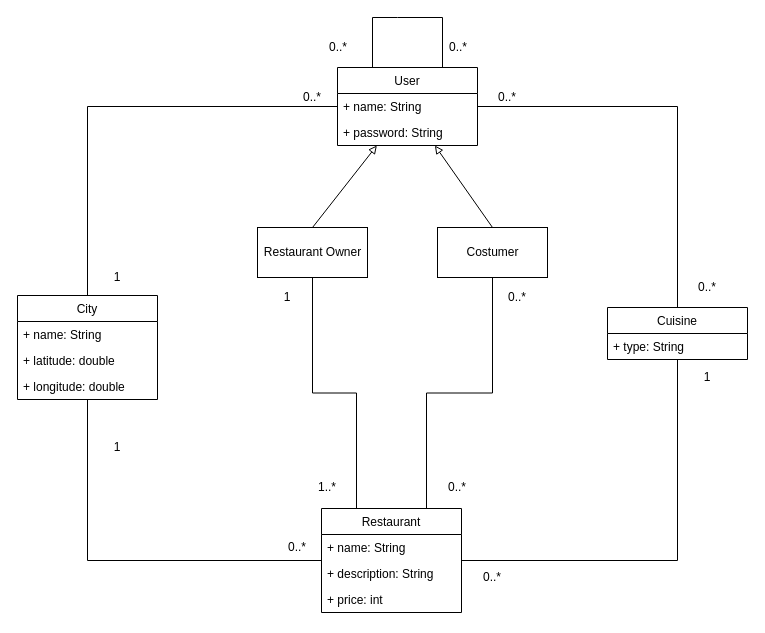
spampas/restaurant_recommendation_graphdb keeps this draw.io diagram as page "Page-1" (1 of 3) of draw.io/data_model.drawio. Above is the earlier version. Source tidied: cells renumbered, new cells numbered last; positions are measured from the earlier drawing's top-left corner, leaving out a move shared by most shapes. Both pictures are drawn from the tidied source at 100%, with x=0, y=0 at pixel (17, 17).
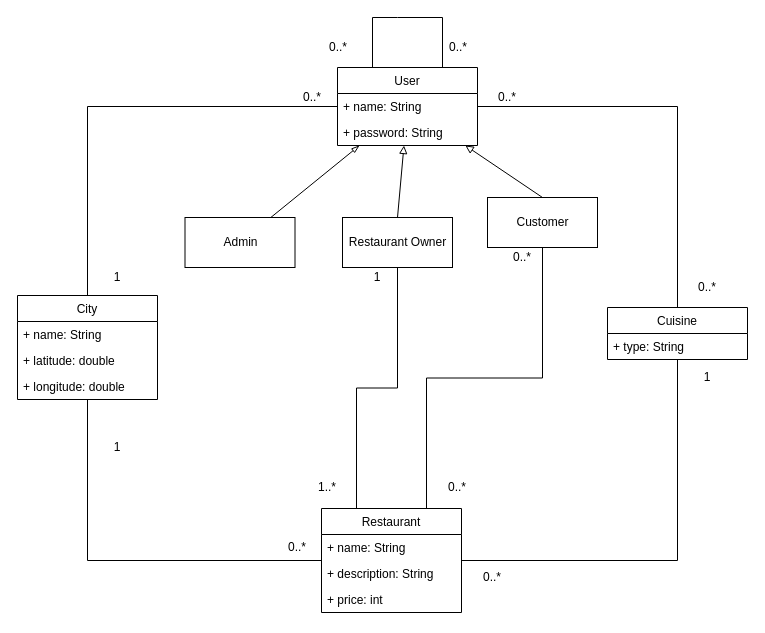
Above is the later version.

The change refers to these unchanged cells:
```xml
<mxCell id="8" value="User" style="swimlane;fontStyle=0;horizontal=1;startSize=26;fillColor=none;" parent="1" vertex="1">
  <mxGeometry x="320" y="50" width="140" height="78" as="geometry" />
</mxCell>
```

The edit, as a diff of the source:
```diff
@@
     <mxCell id="3" value="Restaurant Owner" style="html=1;fontSize=12;" parent="1" vertex="1">
-      <mxGeometry x="240" y="210" width="110" height="50" as="geometry" />
+      <mxGeometry x="325" y="200" width="110" height="50" as="geometry" />
     </mxCell>
@@
-    <mxCell id="5" value="Costumer" style="html=1;fontSize=12;" parent="1" vertex="1">
-      <mxGeometry x="420" y="210" width="110" height="50" as="geometry" />
+    <mxCell id="5" value="Customer" style="html=1;fontSize=12;" parent="1" vertex="1">
+      <mxGeometry x="470" y="180" width="110" height="50" as="geometry" />
     </mxCell>
@@
     <mxCell id="27" value="0..*" style="text;html=1;strokeColor=none;fillColor=none;align=center;verticalAlign=middle;whiteSpace=wrap;rounded=0;fontSize=12;" parent="1" vertex="1">
-      <mxGeometry x="480" y="270" width="40" height="20" as="geometry" />
+      <mxGeometry x="485" y="230" width="40" height="20" as="geometry" />
     </mxCell>
@@
     <mxCell id="31" value="1" style="text;html=1;strokeColor=none;fillColor=none;align=center;verticalAlign=middle;whiteSpace=wrap;rounded=0;fontSize=12;" parent="1" vertex="1">
-      <mxGeometry x="250" y="270" width="40" height="20" as="geometry" />
+      <mxGeometry x="340" y="250" width="40" height="20" as="geometry" />
     </mxCell>
@@
+    <mxCell id="40" style="rounded=0;jettySize=auto;html=1;endArrow=blockThin;endFill=0;" parent="1" edge="1" source="41" target="8">
+      <mxGeometry relative="1" as="geometry" />
+    </mxCell>
+    <mxCell id="41" value="Admin" style="html=1;fontSize=12;" parent="1" vertex="1">
+      <mxGeometry x="167.5" y="200" width="110" height="50" as="geometry" />
+    </mxCell>
```
